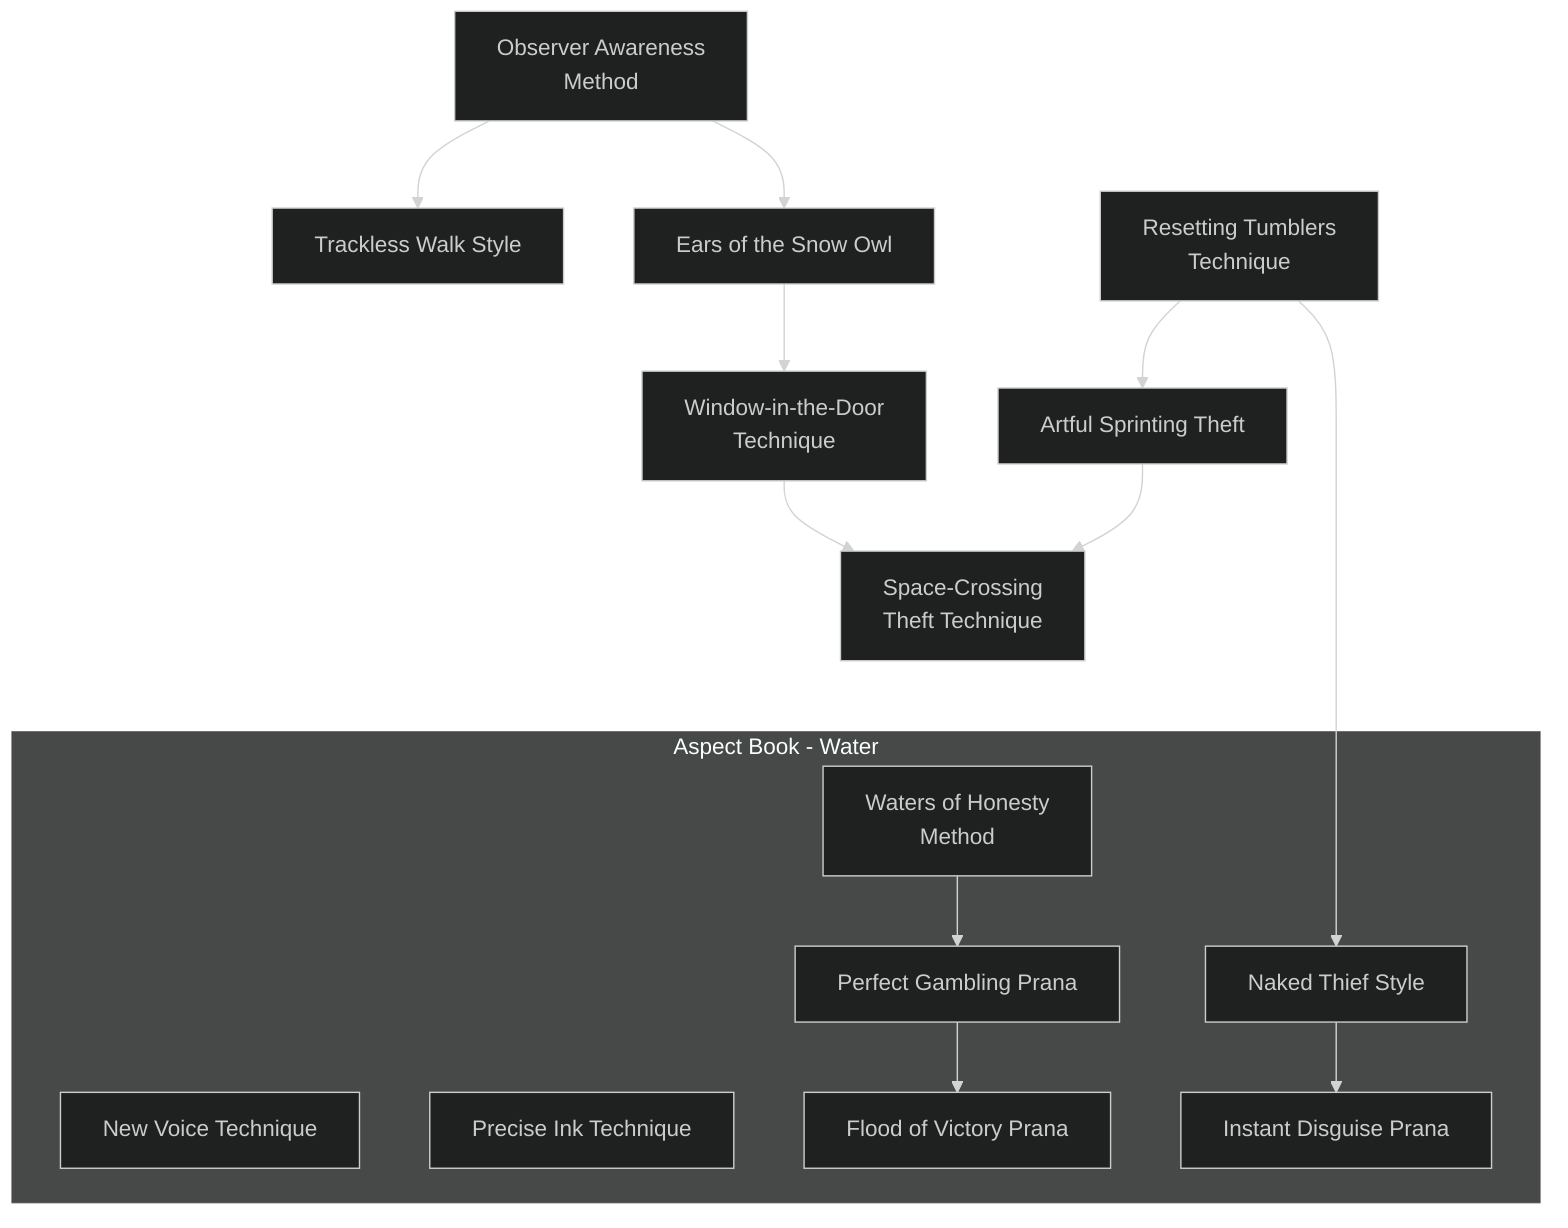
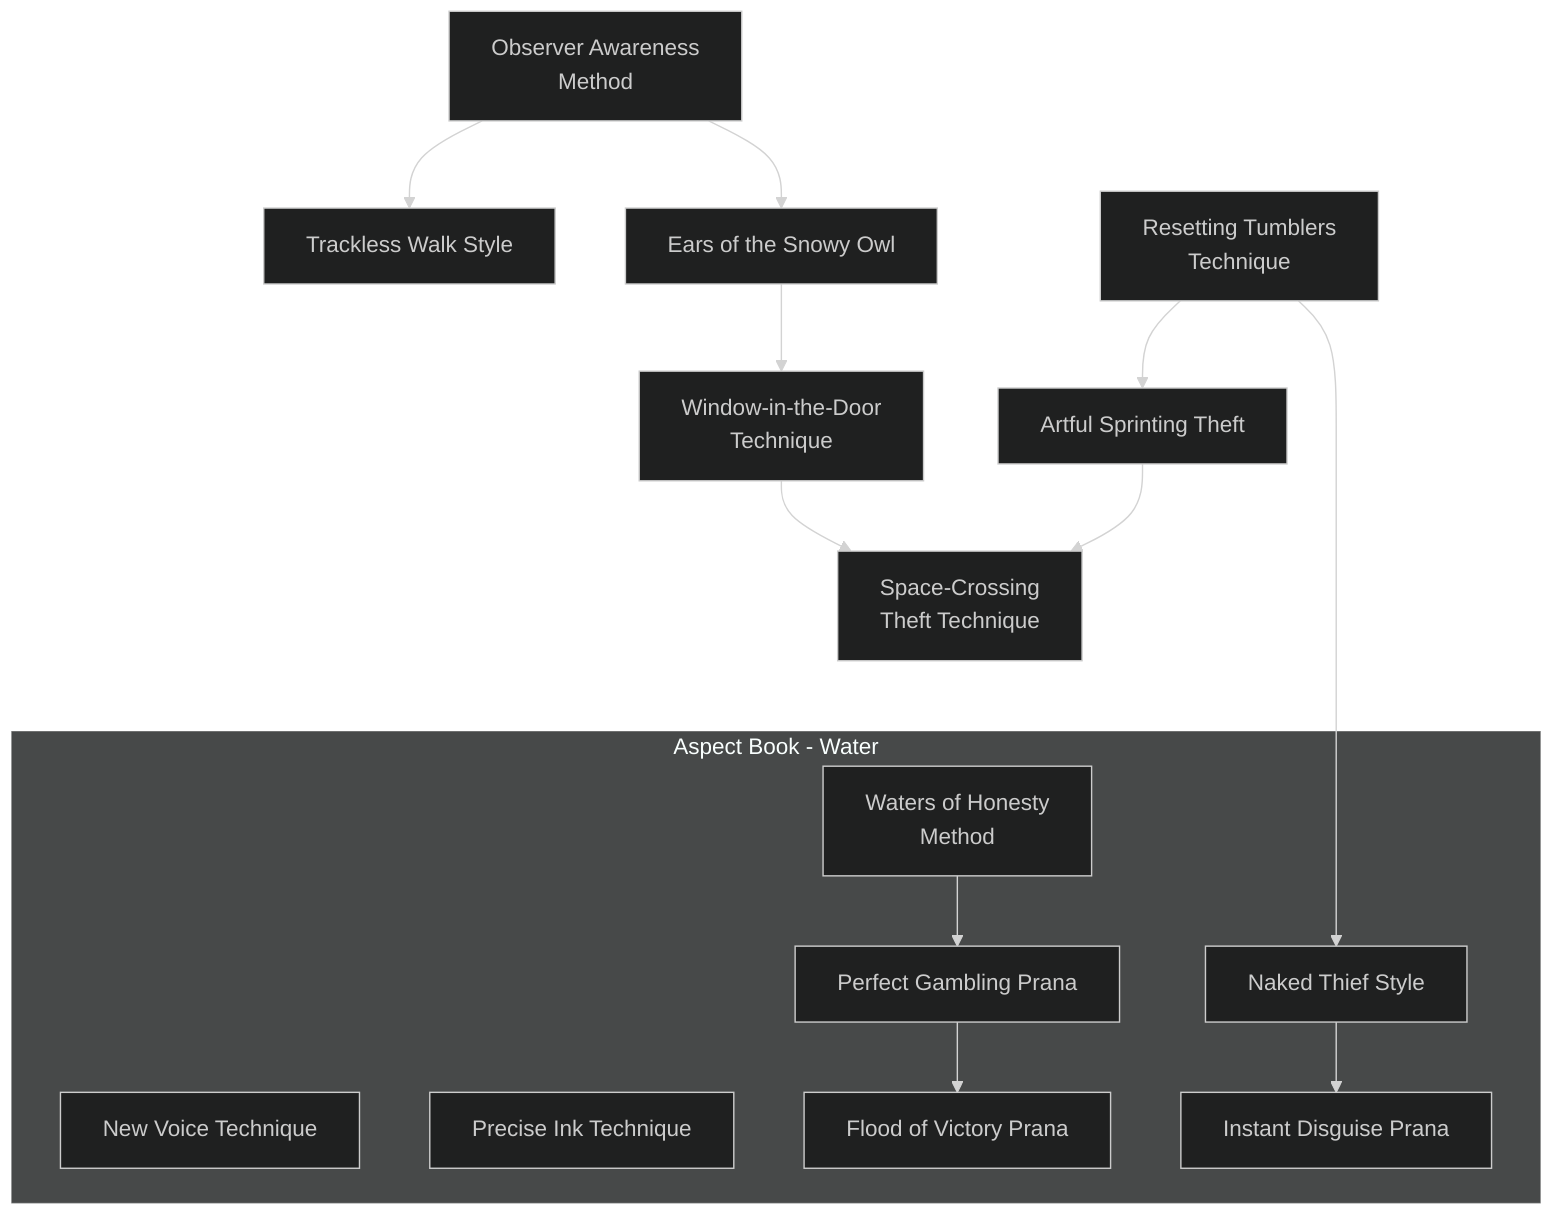
---
config:
  theme: dark
---
flowchart TD

    observer_awareness_method[Observer Awareness<br>Method]
    click observer_awareness_method callback "
        Observer Awareness Method<br>
        <br>
        Cost: 1 mote<br>
        Duration: Instant<br>
        Type: Reflexive<br>
        Minimum Larceny: 2<br>
        Minimum Essence: 1<br>
        Prerequisite Charms: None<br>
        <br>
        This simple Charm allows a Dragon-Blood to know
        if he is being observed. It was developed in the days before
        the Realm proper, when it was conceivable that one of
        the noble Terrestrial Exalted could act in a criminal
        capacity. In these dangerous days, the Charm sees use
        among those Exalted who might act as spies or who wish
        to speak to a confidante unobserved. Simply spend the
        necessary Essence and roll Perception + Larceny; a single
        success tells the Exalted whether he is being observed.
        Each additional success points out the location of an
        observer, starting with the closest.
        "

    trackless_walk_style[Trackless Walk Style]
    observer_awareness_method --> trackless_walk_style
    click trackless_walk_style callback "
        Trackless Walk Style<br>
        <br>
        Cost: 2 motes<br>
        Duration: One scene<br>
        Type: Simple<br>
        Minimum Larceny: 3<br>
        Minimum Essence: 2<br>
        Prerequisite Charms: Observer Awareness Method<br>
        <br>
        The greatest spies and thieves of the Realm know that
        the best way to avoid detection in their efforts is to leave as
        little evidence as possible of their passing. However, those
        spies and thieves know full well that the most talented
        magistrates and house investigators can learn a great deal
        from a trace as innocuous as a single hair. By activating this
        Charm as he enters a location, a Dragon-Blood prevents
        himself from leaving inadvertent evidence. This Charm
        does not prevent the character from being observed; it
        merely prevents him from leaving behind clues to his
        identity, such as footprints. Also, this Charm does not
        prevent the character from deliberately leaving behind
        evidence of his presence (if, for instance, he is a romantic
        master thief and always leaves a rose at the scene of a crime,
        this Charm does not prevent him from doing so). Characters
        using this Charm cannot be tracked except by supernatural
        means, but the Charm's short duration means that it is an
        expensive way to conceal ones passage for a long while.
        "

-     ears_of_the_snow_owl[Ears of the Snow Owl]
-     observer_awareness_method --> ears_of_the_snow_owl
-     click ears_of_the_snow_owl callback "
-         Ears of the Snow Owl<br>
+     ears_of_the_snowy_owl[Ears of the Snowy Owl]
+     observer_awareness_method --> ears_of_the_snowy_owl
+     click ears_of_the_snowy_owl callback "
+         Ears of the Snowy Owl<br>
        <br>
        Cost:
        Duration:
        Type:
        Minimum Larceny:
        Minimum Essence:
        Prerequisite Charms:
        1 mote
        One minute
        Simple
        4
        2
        Observer Awareness
        Method
        This Charm, quite useful when sneaking about in
        places one shouldn't be, allows a character to hear conversations
        and movement in other rooms as clearly as if the
        walls between him and those spaces weren't there. By
        spending the necessary Essence in conjunction with a
        listen-oriented Perception roll, the player can eliminate
        any penalties to that roll that might come as a function of
        obstacles between his character and the thing he's listening
        to. The Charm does not eliminate penalties due to
        distance, just physical obstructions.
        "

    window_in_the_door_technique[Window-in-the-Door<br>Technique]
-     ears_of_the_snow_owl --> window_in_the_door_technique
+     ears_of_the_snowy_owl --> window_in_the_door_technique
    click window_in_the_door_technique callback "
        Window-in-the-Door Technique<br>
        <br>
        Cost: 2 motes<br>
        Duration: One turn<br>
        Type: Simple<br>
        Minimum Larceny: 5<br>
        Minimum Essence: 2<br>
        Prerequisite Charms: Ears of the Snowy Owl<br>
        <br>
        Many a time has come when a mortal thief or spy has
        wished for the ability to see what lies beyond a doorway or
        inside a chest without risking the opening of a latch or lock.
        Spies among the Terrestrial Exalted do not merely wish for
        this ability; this Charm allows them to do precisely that. The
        character simply spends the necessary Essence, and an area
        roughly two feet square before his eyes becomes transparent.
        That area doesn't move — once the character has used this
        Charm, the area that was in front of him when he spent the
        Essence remains transparent to him for a full turn. The
        Dragon-Blood can only see through about a three-inch
        thickness of stone — perhaps twice that of wood and half
        that much iron or jade. The material is only transparent to
        the Exalted using this Charm; others cannot see through it.
        Walls, doors and containers can be enchanted to prevent
        this kind of voyeurism.
        "

    resetting_tumblers_technique[Resetting Tumblers<br>Technique]
    click resetting_tumblers_technique callback "
        Resetting Tumblers Technique<br>
        <br>
        Cost: 3 motes<br>
        Duration: Instant<br>
        Type: Reflexive<br>
        Minimum Larceny: 3<br>
        Minimum Essence: 2<br>
        Prerequisite Charms: None<br>
        <br>
        With this ability, the Exalted can immediately discard
        a failed break-in attempt or other Larceny action and try at
        once to remedy the situation. A player may spend the
        required Essence and then immediately reroll the dice pool
        for the most recent Larceny action his character performed;
        this must take place right after the roll is made and before the
        Storyteller describes its success or failure. The Exalted must
        accept the result of the second dice roll, even if it is worse
        than the first one. Additionally, if the Larceny action and
        this Charm are part of a Combo, then using the Charm
        forces the Exalted to re-spend all of the necessary Essence to
        activate the other Charms in the Combo, even if he does not
        need to reroll or reactivate them.
        "

    artful_sprinting_theft[Artful Sprinting Theft]
    resetting_tumblers_technique --> artful_sprinting_theft
    click artful_sprinting_theft callback "
        Artful Sprinting Theft<br>
        <br>
        Cost: 1 mote<br>
        Duration: One turn<br>
        Type: Supplemental<br>
        Minimum Larceny: 3<br>
        Minimum Essence: 2<br>
        Prerequisite Charms: Resetting Tumblers Technique<br>
        <br>
        The occasional orphaned Dragon-Blood on the
        streets of hinterland cities such as Nexus might grow up
        to learn this Charm; ordinarily, noble Terrestrials of the
        Realm will have nothing to do with it, save possibly for
        its application to later Charms. Ordinarily, even the
        simplest Larceny actions - pocket-picking and bag-snatching
         — require the character to slow down slightly,
        using only half of his maximum movement (which
        would be his Dexterity + 12 yards) on the turn he uses
        Larceny. With this Charm, the character may use his
        full dice pool on a simple Larceny action (one that
        would ordinarily take just one turn) while running flat-
        out. The action can take place at the beginning, middle
        or end of this movement.
        "

    space_crossing_theft_technique[Space-Crossing<br>Theft Technique]
    window_in_the_door_technique --> space_crossing_theft_technique
    artful_sprinting_theft --> space_crossing_theft_technique
    click space_crossing_theft_technique callback "
        Space-Crossing Theft Technique<br>
        <br>
        Cost: 5 motes<br>
        Duration: Instant<br>
        Type: Simple<br>
        Minimum Larceny: 5<br>
        Minimum Essence: 3<br>
        Prerequisite Charms: Window-in-the-Door Technique, Artful Sprinting Theft<br>
        <br>
        With this Charm, the Exalted can cause an object
        to disappear from its current location and reappear in
        his hands without crossing the intervening space. The
        character must be able to see the object clearly — if it
        is within a locked chest, he must use Window-In-The-Door
        Technique (see above) to see it before he can use
        Space-Crossing Theft Technique to grab it. However, if
        he can see it, he only needs to expend the Essence and
        off it goes, as long as it weighs less than about 15 pounds
        (the Storyteller's judgment is final as to what can be
        taken and what can't). This Charm does not work on
        items held by a sentient being (a mortal, Exalted or
        spirit), but it will work on items they are merely wearing:
        the Exalted could snatch a sheathed sword but not
        a sword in a foe's hand.
        "

    subgraph Aspect Book - Water

        new_voice_technique[New Voice Technique]
        click new_voice_technique callback "
            New Voice Technique<br>
            <br>
            Cost: 2 motes<br>
            Duration: One scene<br>
            Type: Simple<br>
            Minimum Larceny: 3<br>/
            Minimum Essence: 2<br>
            Prerequisite Charms: None<br>
            <br>
            This Charm allows the character to perfectly imitate
            someone else's voice for an entire scene. In addition, also
            allows the character to imitate the sound of any animal,
            spirit or other creature, as well as any other noise that the
            character can perceive. The character must have heard the
            voice or sound she is attempting to duplicate at least once,
            and she must correctly remember the sound she is attempting to duplicate. To do so, the player must make a successful
            Perception + Larceny roll for her character. The difficulty
            of the roll varies depending upon how familiar the character is with a sound and how complex the sound is.
            Remembering the sound of a friend's voice is difficulty 1,
            while remembering the voice of a three-mouthed god that
            speaks in music and that the character only heard once is
            difficulty 5. Also, regardless of what the original sound did,
            the character cannot use this Charm to do damage or to
            duplicate any magics associated with the target's voice.
            Each different sound that the character duplicates requires
            a new casting of this Charm. This Charm will fool both a
            character's closest associates and animals trained to respond only to the target's voice.
            "
        precise_ink_technique[Precise Ink Technique]
        click precise_ink_technique callback "
            Precise Ink Technique<br>
            <br>
            Cost: 3 motes<br>
            Duration: One task<br>
            Type: Simple<br>
            Minimum Larceny: 3<br>
            Minimum Essence: 2<br>
            Prerequisite Charms: None<br>
            <br>
            Forgers and spies everywhere favor this Charm. A
            character using this Charm can duplicate anyone's writing
            and even her writing style. The only limit on this Charm
            is that either the character must have a sample of what he
            wants to duplicate in front of him or he must examine the
            document carefully and his player make a successful Perception + Larceny roll for the Dragon-Blood to correctly
            recall the details that he needs to duplicate. The character
            can forge anything from a brief signature to a multi-page
            letter. In addition, this Charm allows the character to use
            ordinary forging tools to perfectly duplicate any mundane
            stamp or seal used to prove a document's authenticity. This
            Charm does not translate languages, and the character
            must have seen an actual sample of the person's writing
            that he is attempting to duplicate. However, it allows the
            character to create a perfect duplicate of someone's writing
            that is impossible to differentiate from the original by
            mundane means. If someone examines the forgery using
            Charms, the difficulty of any roll to determine the authenticity of the item is increased by the character's permanent
            Essence.
            "
        waters_of_honesty_method[Waters of Honesty<br>Method]
        click waters_of_honesty_method callback "
            Waters of Honesty Method<br>
            <br>
            Cost: 4 motes, 1 Willpower<br>
            Duration: One Scene<br>
            Type: Simple<br>
            Minimum Larceny: 2<br>
            Minimum Essence: 1<br>
            Prerequisite Charms: None<br>
            <br>
            This Charm allows the character to determine if
            anyone is cheating at a game that she is observing. The
            character can only observe one game at a time, but the
            Charm allows her to learn both who is cheating and how
            the cheating is being accomplished. This Charm works on
            any game or contest, from footraces or duels to games
            involving dice or cards.
            "

        perfect_gambling_prana[Perfect Gambling Prana]
        click perfect_gambling_prana callback "
            Perfect Gambling Prana<br>
            <br>
            Cost: 4 motes<br>
            Duration: Instant<br>
            Type: Simple<br>
            Minimum Larceny: 3<br>
            Minimum Essence: 2<br>
            Prerequisite Charms: Waters of Honesty Method<br>
            <br>
            This Charm allows the character to control a single
            event during any game of chance. The character can control the
            outcome of a single throw of dice or the draw of a card.
            To use this Charm, the character must be the one throwing
            the dice or the recipient of the drawn card — the character
            cannot influence someone else's dice rolls or the cards that
            someone else is dealt. Each new roll or draw requires a
            different use of this Charm. Frequent use of this Charm will
            exhaust the character's Essence pool quite rapidly. This
            Charm is illegal in the Realm, and offenders will be imprisoned or executed, depending upon their status.
            "
        naked_thief_style[Naked Thief Style]
        click naked_thief_style callback "
            Naked Thief Style<br>
            <br>
            Cost: 2 motes, 1 Willpower<br>
            Duration: One scene<br>
            Type: Supplemental<br>
            Minimum Larceny: 4<br>
            Minimum Essence: 2<br>
            Prerequisite Charms: Resetting Tumblers Technique<br>
            <br>
            Sometimes, the most useful time to be able to pick a
            lock or open a barred door is when no one is expecting the
            character to be able to do so. This Charm allows characters to pick locks, untie bonds, unbar doors and lock or
            unlock all manner of non-magical locks without any sort
            of tools or equipment. Regardless of whether the character would need a set of fine steel lock picks to finagle a
            sturdy lock, a paper thin saw to cut through the bar on a
            door or simply a pry bar to jimmy open a window, this
            Charm allows the character to attempt the feat without
            any tools by creating temporary tools made from solidified Essence. While this Charm does not otherwise aid
            the character when opening a lock, it can be successfully
            used in Combos with Charms that do. The character
            must use this Charm once per lock or other obstacle —
            for example, if a door has both a bar and a lock, the
            character would need to use this Charm twice.
            "
        flood_of_victory_prana[Flood of Victory Prana]
        click flood_of_victory_prana callback "
            Flood of Victory Prana<br>
            <br>
            Cost: 5 motes, 1 Willpower<br>
            Duration: One scene<br>
            Type: Simple<br>
            Minimum Larceny: 5<br>
            Minimum Essence: 3<br>
            Prerequisite Charms: Perfect Gambling Prana<br>
            <br>
            A gambler using this Charm automatically wins whatever game she is playing. Regardless of whether the character
            is playing craps, cards, roulette or any other game of
            chance, she will win. The only exception is if another
            character uses the same Charm on the game. In such a case,
            the character with the highest permanent Essence wins.
            The only limit on this Charm is that it cannot be safely
            used in casinos run by gods or Exalts, since they almost
            always have ways to determine if someone is using this or
            some similar Charm to cheat. In general, using Charms to
            cheat at a casino run by a powerful god is a quick way to
            attain a messy death, and it is illegal in the Realm, as well
            as very poor social form.
            "
        instant_disguise_prana[Instant Disguise Prana]
        click instant_disguise_prana callback "
            Instant Disguise Prana<br>
            <br>
            Cost: 4 motes<br>
            Duration: One scene<br>
            Type: Supplemental<br>
            Minimum Larceny: 4<br>
            Minimum Essence: 2<br>
            Prerequisite Charms: Naked Thief Style<br>
            <br>
            In emergencies, even the most skilled thieves and
            spies lack the time to adequately prepare a disguise. While
            this Charm does not allow the character to disguise herself
            more thoroughly than normal, it does allow her to disguise
            herself as well as if she had a full set of disguise makeup and
            to do so inhumanly rapidly. In a single minute and without
            any equipment, a character can use this Charm to disguise
            herself as well as if she had no shortage of time or equipment. The character can change her hair color and the
            shape of her nose and make other similar changes, but she
            cannot exceed the limits of ordinary disguises — she
            cannot make herself noticeably shorter or thinner or
            perform other normally impossible changes. Also, the
            disguise produced by this Charm no better than any
            other created by the character. It can simply be accomplished faster and without penalties for lack of equipment.
            Although the Charm requires only a minute to perform,
            the effects last for one full scene. This Charm in no way
            alters a character's clothing or accoutrements.
            "

    end

    resetting_tumblers_technique -----> naked_thief_style
    naked_thief_style --> instant_disguise_prana
    waters_of_honesty_method --> perfect_gambling_prana
    perfect_gambling_prana --> flood_of_victory_prana
